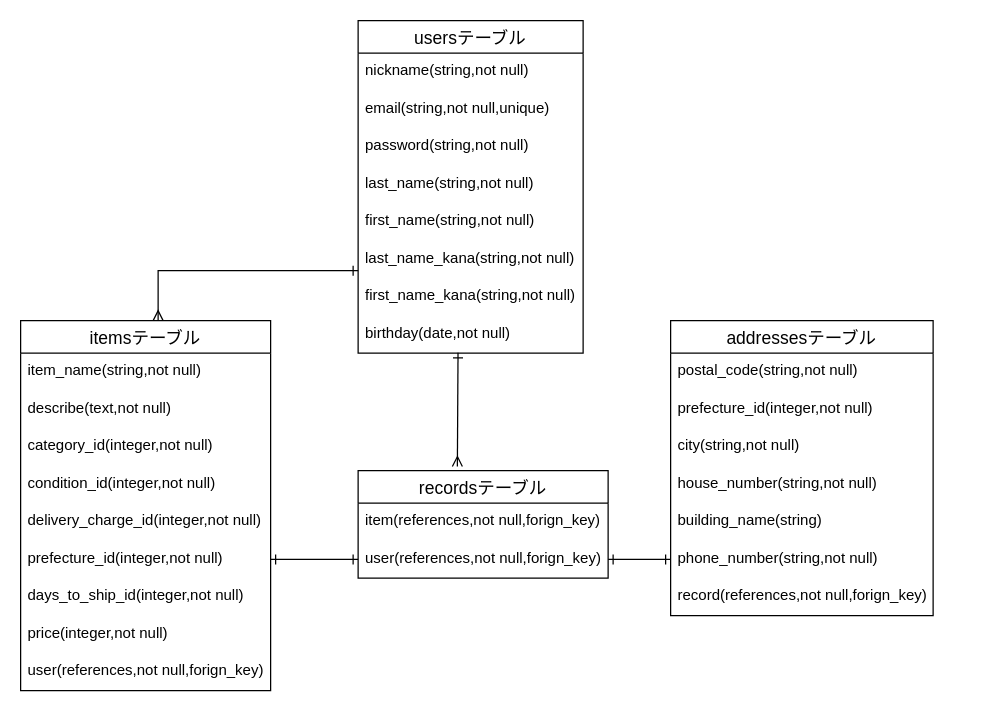
Above: furima.dio in hidekazudazoo/furima-38653 (draw.io), before the change. Source tidied: cells renumbered, new cells numbered last; positions are measured from the earlier drawing's top-left corner, leaving out a move shared by most shapes. Both pictures are drawn from the tidied source at 125%, with x=0, y=0 at pixel (20, 20).
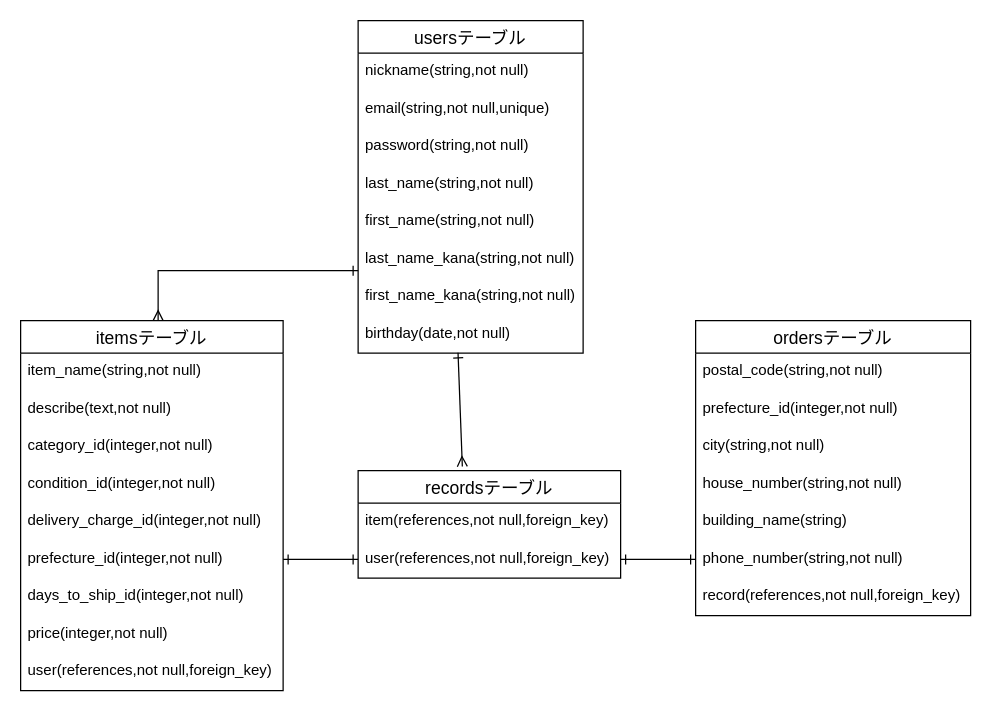
After the change.

The edit, as a diff of the source:
```diff
@@
     <mxCell id="11" value="itemsテーブル" style="swimlane;fontStyle=0;horizontal=1;startSize=26;align=center;fontSize=14;" parent="1" vertex="1">
-      <mxGeometry y="240" width="200" height="296" as="geometry" />
+      <mxGeometry y="240" width="210" height="296" as="geometry" />
     </mxCell>
     <mxCell id="12" value="item_name(string,not null)" style="text;strokeColor=none;fillColor=none;spacingLeft=4;spacingRight=4;overflow=hidden;fontSize=12;" parent="11" vertex="1">
-      <mxGeometry y="26" width="200" height="30" as="geometry" />
+      <mxGeometry y="26" width="210" height="30" as="geometry" />
     </mxCell>
     <mxCell id="13" value="describe(text,not null)" style="text;strokeColor=none;fillColor=none;spacingLeft=4;spacingRight=4;overflow=hidden;fontSize=12;" parent="11" vertex="1">
-      <mxGeometry y="56" width="200" height="30" as="geometry" />
+      <mxGeometry y="56" width="210" height="30" as="geometry" />
     </mxCell>
     <mxCell id="14" value="category_id(integer,not null)" style="text;strokeColor=none;fillColor=none;spacingLeft=4;spacingRight=4;overflow=hidden;fontSize=12;" parent="11" vertex="1">
-      <mxGeometry y="86" width="200" height="30" as="geometry" />
+      <mxGeometry y="86" width="210" height="30" as="geometry" />
     </mxCell>
     <mxCell id="15" value="condition_id(integer,not null)" style="text;strokeColor=none;fillColor=none;spacingLeft=4;spacingRight=4;overflow=hidden;fontSize=12;" parent="11" vertex="1">
-      <mxGeometry y="116" width="200" height="30" as="geometry" />
+      <mxGeometry y="116" width="210" height="30" as="geometry" />
     </mxCell>
     <mxCell id="16" value="delivery_charge_id(integer,not null)" style="text;strokeColor=none;fillColor=none;spacingLeft=4;spacingRight=4;overflow=hidden;fontSize=12;" parent="11" vertex="1">
-      <mxGeometry y="146" width="200" height="30" as="geometry" />
+      <mxGeometry y="146" width="210" height="30" as="geometry" />
     </mxCell>
     <mxCell id="17" value="prefecture_id(integer,not null)" style="text;strokeColor=none;fillColor=none;spacingLeft=4;spacingRight=4;overflow=hidden;points=[[0,0.5],[1,0.5]];portConstraint=eastwest;fontSize=12;" parent="11" vertex="1">
-      <mxGeometry y="176" width="200" height="30" as="geometry" />
+      <mxGeometry y="176" width="210" height="30" as="geometry" />
     </mxCell>
     <mxCell id="18" value="days_to_ship_id(integer,not null)" style="text;strokeColor=none;fillColor=none;spacingLeft=4;spacingRight=4;overflow=hidden;fontSize=12;" parent="11" vertex="1">
-      <mxGeometry y="206" width="200" height="30" as="geometry" />
+      <mxGeometry y="206" width="210" height="30" as="geometry" />
     </mxCell>
     <mxCell id="19" value="price(integer,not null)" style="text;strokeColor=none;fillColor=none;spacingLeft=4;spacingRight=4;overflow=hidden;fontSize=12;" parent="11" vertex="1">
-      <mxGeometry y="236" width="200" height="30" as="geometry" />
+      <mxGeometry y="236" width="210" height="30" as="geometry" />
     </mxCell>
-    <mxCell id="20" value="user(references,not null,forign_key)" style="text;strokeColor=none;fillColor=none;spacingLeft=4;spacingRight=4;overflow=hidden;fontSize=12;" parent="11" vertex="1">
-      <mxGeometry y="266" width="200" height="30" as="geometry" />
+    <mxCell id="20" value="user(references,not null,foreign_key)" style="text;strokeColor=none;fillColor=none;spacingLeft=4;spacingRight=4;overflow=hidden;fontSize=12;" parent="11" vertex="1">
+      <mxGeometry y="266" width="210" height="30" as="geometry" />
     </mxCell>
@@
-    <mxCell id="22" value="addressesテーブル" style="swimlane;fontStyle=0;horizontal=1;startSize=26;align=center;fontSize=14;" parent="1" vertex="1">
-      <mxGeometry x="520" y="240" width="210" height="236" as="geometry" />
+    <mxCell id="22" value="ordersテーブル" style="swimlane;fontStyle=0;horizontal=1;startSize=26;align=center;fontSize=14;" parent="1" vertex="1">
+      <mxGeometry x="540" y="240" width="220" height="236" as="geometry" />
     </mxCell>
     <mxCell id="23" value="postal_code(string,not null)" style="text;strokeColor=none;fillColor=none;spacingLeft=4;spacingRight=4;overflow=hidden;fontSize=12;" parent="22" vertex="1">
-      <mxGeometry y="26" width="210" height="30" as="geometry" />
+      <mxGeometry y="26" width="220" height="30" as="geometry" />
     </mxCell>
     <mxCell id="24" value="prefecture_id(integer,not null)" style="text;strokeColor=none;fillColor=none;spacingLeft=4;spacingRight=4;overflow=hidden;fontSize=12;" parent="22" vertex="1">
-      <mxGeometry y="56" width="210" height="30" as="geometry" />
+      <mxGeometry y="56" width="220" height="30" as="geometry" />
     </mxCell>
     <mxCell id="25" value="city(string,not null)" style="text;strokeColor=none;fillColor=none;spacingLeft=4;spacingRight=4;overflow=hidden;fontSize=12;" parent="22" vertex="1">
-      <mxGeometry y="86" width="210" height="30" as="geometry" />
+      <mxGeometry y="86" width="220" height="30" as="geometry" />
     </mxCell>
     <mxCell id="26" value="house_number(string,not null)" style="text;strokeColor=none;fillColor=none;spacingLeft=4;spacingRight=4;overflow=hidden;fontSize=12;" parent="22" vertex="1">
-      <mxGeometry y="116" width="210" height="30" as="geometry" />
+      <mxGeometry y="116" width="220" height="30" as="geometry" />
     </mxCell>
     <mxCell id="27" value="building_name(string)" style="text;strokeColor=none;fillColor=none;spacingLeft=4;spacingRight=4;overflow=hidden;fontSize=12;" parent="22" vertex="1">
-      <mxGeometry y="146" width="210" height="30" as="geometry" />
+      <mxGeometry y="146" width="220" height="30" as="geometry" />
     </mxCell>
     <mxCell id="28" value="phone_number(string,not null)" style="text;strokeColor=none;fillColor=none;spacingLeft=4;spacingRight=4;overflow=hidden;points=[[0,0.5],[1,0.5]];portConstraint=eastwest;fontSize=12;" parent="22" vertex="1">
-      <mxGeometry y="176" width="210" height="30" as="geometry" />
+      <mxGeometry y="176" width="220" height="30" as="geometry" />
     </mxCell>
-    <mxCell id="29" value="record(references,not null,forign_key)" style="text;strokeColor=none;fillColor=none;spacingLeft=4;spacingRight=4;overflow=hidden;fontSize=12;" parent="22" vertex="1">
-      <mxGeometry y="206" width="210" height="30" as="geometry" />
+    <mxCell id="29" value="record(references,not null,foreign_key)" style="text;strokeColor=none;fillColor=none;spacingLeft=4;spacingRight=4;overflow=hidden;fontSize=12;" parent="22" vertex="1">
+      <mxGeometry y="206" width="220" height="30" as="geometry" />
     </mxCell>
@@
     <mxCell id="31" value="recordsテーブル" style="swimlane;fontStyle=0;horizontal=1;startSize=26;align=center;fontSize=14;" parent="1" vertex="1">
-      <mxGeometry x="270" y="360" width="200" height="86" as="geometry" />
+      <mxGeometry x="270" y="360" width="210" height="86" as="geometry" />
     </mxCell>
-    <mxCell id="32" value="item(references,not null,forign_key)" style="text;strokeColor=none;fillColor=none;spacingLeft=4;spacingRight=4;overflow=hidden;fontSize=12;" parent="31" vertex="1">
-      <mxGeometry y="26" width="200" height="30" as="geometry" />
+    <mxCell id="32" value="item(references,not null,foreign_key)" style="text;strokeColor=none;fillColor=none;spacingLeft=4;spacingRight=4;overflow=hidden;fontSize=12;" parent="31" vertex="1">
+      <mxGeometry y="26" width="210" height="30" as="geometry" />
     </mxCell>
-    <mxCell id="33" value="user(references,not null,forign_key)" style="text;strokeColor=none;fillColor=none;spacingLeft=4;spacingRight=4;overflow=hidden;points=[[0,0.5],[1,0.5]];portConstraint=eastwest;fontSize=12;" parent="31" vertex="1">
-      <mxGeometry y="56" width="200" height="30" as="geometry" />
+    <mxCell id="33" value="user(references,not null,foreign_key)" style="text;strokeColor=none;fillColor=none;spacingLeft=4;spacingRight=4;overflow=hidden;points=[[0,0.5],[1,0.5]];portConstraint=eastwest;fontSize=12;" parent="31" vertex="1">
+      <mxGeometry y="56" width="210" height="30" as="geometry" />
     </mxCell>
```
